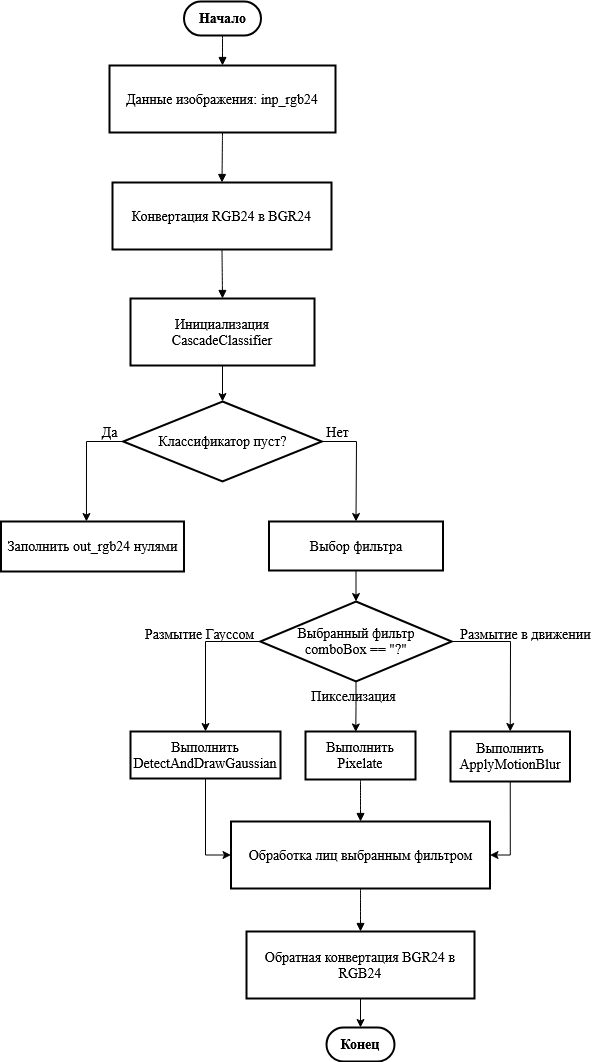
Before: Copy of FaceDetection.drawio.png, a diagram exported from draw.io (prettyleaf/diagrams). Source tidied: cells renumbered, new cells last; positions are measured from the earlier drawing's top-left corner, leaving out a move shared by most shapes.
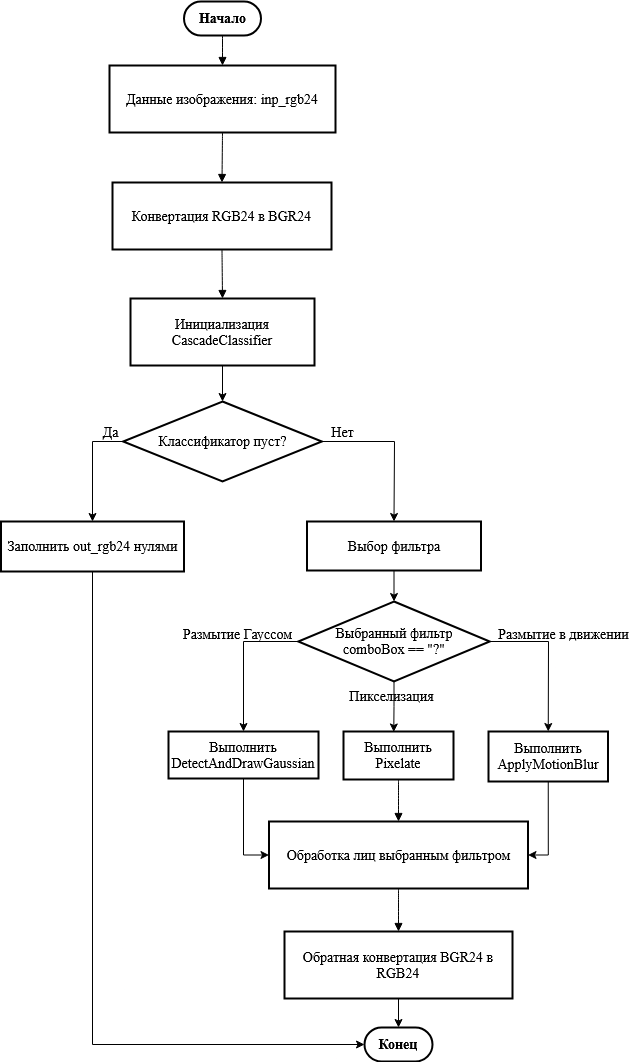
After the commit.

Change to the diagram source:
```diff
@@ -3,19 +3,22 @@
     <mxCell id="0" />
     <mxCell id="1" parent="0" />
     <mxCell id="2" value="Начало" style="rounded=1;whiteSpace=wrap;arcSize=50;strokeWidth=2;fontFamily=Times New Roman;fontStyle=1;fontSize=14;" parent="1" vertex="1">
-      <mxGeometry x="183.5" width="77" height="34" as="geometry" />
+      <mxGeometry x="145.5" width="77" height="34" as="geometry" />
     </mxCell>
     <mxCell id="3" value="Данные изображения: inp_rgb24" style="whiteSpace=wrap;strokeWidth=2;fontFamily=Times New Roman;fontSize=14;" parent="1" vertex="1">
-      <mxGeometry x="109" y="64" width="226" height="67" as="geometry" />
+      <mxGeometry x="71" y="64" width="226" height="67" as="geometry" />
     </mxCell>
     <mxCell id="4" value="Конвертация RGB24 в BGR24" style="whiteSpace=wrap;strokeWidth=2;fontFamily=Times New Roman;fontSize=14;" parent="1" vertex="1">
-      <mxGeometry x="112" y="181" width="219" height="67" as="geometry" />
+      <mxGeometry x="74" y="181" width="219" height="67" as="geometry" />
     </mxCell>
     <mxCell id="5" value="Инициализация CascadeClassifier" style="whiteSpace=wrap;strokeWidth=2;fontFamily=Times New Roman;fontSize=14;" parent="1" vertex="1">
-      <mxGeometry x="130" y="297" width="184" height="67" as="geometry" />
+      <mxGeometry x="92" y="297" width="184" height="67" as="geometry" />
     </mxCell>
+    <mxCell id="36" style="edgeStyle=orthogonalEdgeStyle;rounded=0;jettySize=auto;html=1;exitX=0.5;exitY=1;exitDx=0;exitDy=0;entryX=0;entryY=0.5;entryDx=0;entryDy=0;" parent="1" edge="1" source="6" target="7">
+      <mxGeometry relative="1" as="geometry" />
+    </mxCell>
     <mxCell id="6" value="Заполнить out_rgb24 нулями" style="whiteSpace=wrap;strokeWidth=2;fontFamily=Times New Roman;fontSize=14;" parent="1" vertex="1">
-      <mxGeometry x="0.5" y="520" width="183" height="50" as="geometry" />
+      <mxGeometry x="-37.5" y="520" width="183" height="50" as="geometry" />
     </mxCell>
     <mxCell id="7" value="Конец" style="rounded=1;whiteSpace=wrap;arcSize=50;strokeWidth=2;fontFamily=Times New Roman;fontSize=14;fontStyle=1;" parent="1" vertex="1">
       <mxGeometry x="326" y="1026" width="68" height="34" as="geometry" />
@@ -63,21 +66,21 @@
       <mxGeometry relative="1" as="geometry" />
     </mxCell>
     <mxCell id="22" value="Классификатор пуст?" style="rhombus;whiteSpace=wrap;html=1;labelBorderColor=none;textShadow=0;strokeWidth=2;fontFamily=Times New Roman;fontSize=14;" parent="1" vertex="1">
-      <mxGeometry x="122.6" y="400" width="198.8" height="80" as="geometry" />
+      <mxGeometry x="84.6" y="400" width="198.8" height="80" as="geometry" />
     </mxCell>
     <mxCell id="23" style="endArrow=classic;html=1;rounded=0;exitX=0.5;exitY=1;exitDx=0;exitDy=0;fontFamily=Times New Roman;fontSize=14;" parent="1" edge="1" source="5" target="22">
       <mxGeometry relative="1" as="geometry" />
     </mxCell>
-    <mxCell id="24" style="endArrow=classic;html=1;rounded=0;exitX=0;exitY=0.5;exitDx=0;exitDy=0;entryX=0.467;entryY=0;entryDx=0;entryDy=0;entryPerimeter=0;fontFamily=Times New Roman;fontSize=14;" parent="1" edge="1" source="22" target="6">
+    <mxCell id="24" style="endArrow=classic;html=1;rounded=0;exitX=0;exitY=0.5;exitDx=0;exitDy=0;entryX=0.5;entryY=0;entryDx=0;entryDy=0;fontFamily=Times New Roman;fontSize=14;" parent="1" edge="1" source="22" target="6">
       <mxGeometry relative="1" as="geometry">
         <Array as="points">
-          <mxPoint x="86" y="440" />
+          <mxPoint x="54" y="440" />
         </Array>
       </mxGeometry>
     </mxCell>
     <mxCell id="25" value="&lt;font style=&quot;font-size: 14px;&quot;&gt;Да&lt;/font&gt;" style="edgeLabel;html=1;align=center;verticalAlign=middle;fontFamily=Times New Roman;fontSize=14;" parent="24" vertex="1">
       <mxGeometry relative="1" as="geometry">
-        <mxPoint x="23" y="-31" as="offset" />
+        <mxPoint x="17" y="-34" as="offset" />
       </mxGeometry>
     </mxCell>
     <mxCell id="26" style="endArrow=classic;html=1;rounded=0;exitX=1;exitY=0.5;exitDx=0;exitDy=0;entryX=0.5;entryY=0;entryDx=0;entryDy=0;fontFamily=Times New Roman;fontSize=14;" parent="1" edge="1" source="22" target="8">
```
